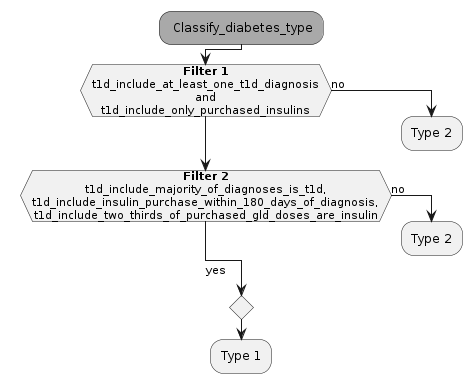
Before: vignettes/images/classify-diabetes-type-functions.png, a diagram exported from PlantUML (steno-aarhus/osdc). The source it was exported from:
```plantuml
@startuml classify-diabetes-type-functions

skinparam defaultTextAlignment center

#darkgrey: Classify_diabetes_type;
!pragma useVerticalIf on
if (**Filter 1**\nt1d_include_at_least_one_t1d_diagnosis\nand\nt1d_include_only_purchased_insulins) then (no)
  :Type 2;
  detach
elseif (**Filter 2**\nt1d_include_majority_of_diagnoses_is_t1d,\nt1d_include_insulin_purchase_within_180_days_of_diagnosis,\nt1d_include_two_thirds_of_purchased_gld_doses_are_insulin) then (no)
  :Type 2;
  detach
else (\nyes)
endif
:Type 1;
detach

@enduml
```
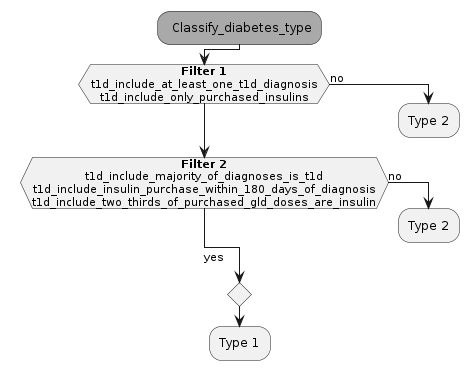
After the change.

Commit message:
style: remove unnecessary "and" and commas from figure

The edit, as a diff of the source:
```diff
@@ -4,10 +4,10 @@
 
 #darkgrey: Classify_diabetes_type;
 !pragma useVerticalIf on
-if (**Filter 1**\nt1d_include_at_least_one_t1d_diagnosis\nand\nt1d_include_only_purchased_insulins) then (no)
+if (**Filter 1**\nt1d_include_at_least_one_t1d_diagnosis\nt1d_include_only_purchased_insulins) then (no)
   :Type 2;
   detach
-elseif (**Filter 2**\nt1d_include_majority_of_diagnoses_is_t1d,\nt1d_include_insulin_purchase_within_180_days_of_diagnosis,\nt1d_include_two_thirds_of_purchased_gld_doses_are_insulin) then (no)
+elseif (**Filter 2**\nt1d_include_majority_of_diagnoses_is_t1d\nt1d_include_insulin_purchase_within_180_days_of_diagnosis\nt1d_include_two_thirds_of_purchased_gld_doses_are_insulin) then (no)
   :Type 2;
   detach
 else (\nyes)
```
